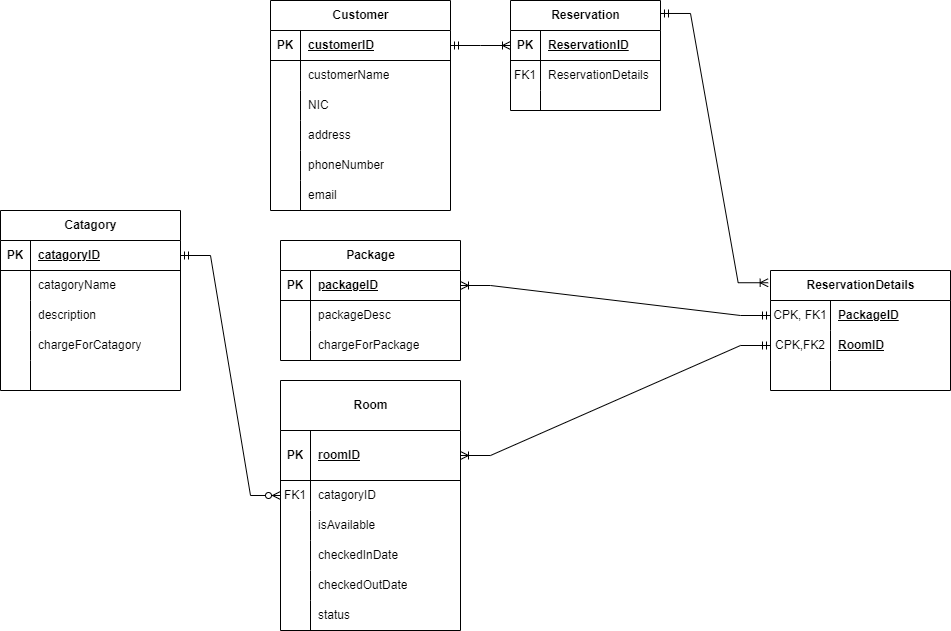
ViyathAraliya/CMJD105_CourseWork02_ViyathAraliya keeps this draw.io diagram as relationalDataModel.png. Above is the earlier version. Source tidied: cells renumbered, new cells last; positions are measured from the earlier drawing's top-left corner, leaving out a move shared by most shapes.
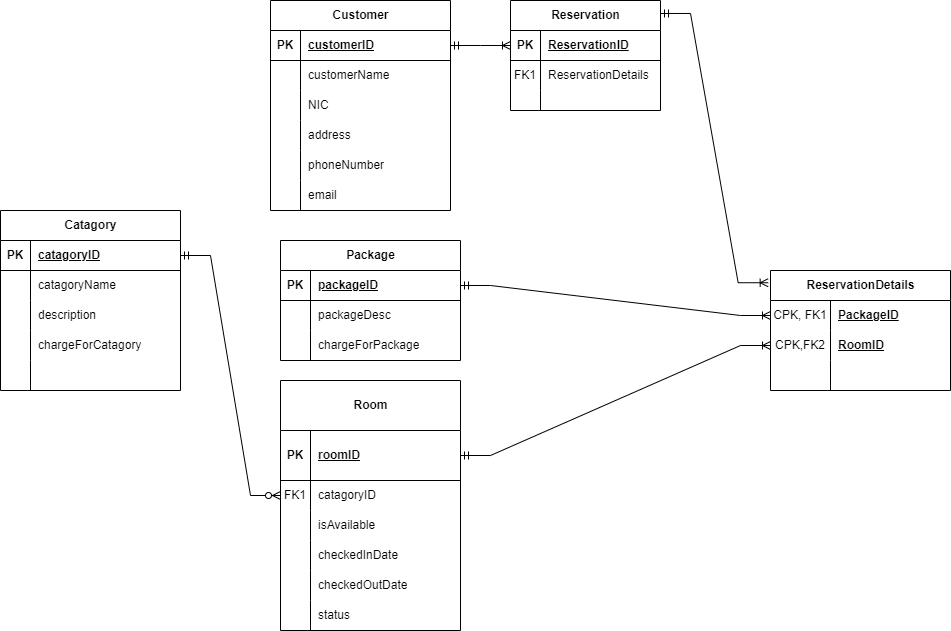
After the change.

Commit message:
corrected relational data model

Diff of the diagram source:
```diff
@@ -263,10 +263,10 @@
     <mxCell id="88" style="edgeStyle=entityRelationEdgeStyle;fontSize=12;html=1;endArrow=ERoneToMany;startArrow=ERmandOne;rounded=0;exitX=1;exitY=0.118;exitDx=0;exitDy=0;exitPerimeter=0;entryX=-0.013;entryY=0.102;entryDx=0;entryDy=0;entryPerimeter=0;" parent="1" edge="1" source="2" target="58">
       <mxGeometry relative="1" as="geometry" />
     </mxCell>
-    <mxCell id="89" style="edgeStyle=entityRelationEdgeStyle;fontSize=12;html=1;endArrow=ERoneToMany;startArrow=ERmandOne;rounded=0;exitX=0;exitY=0.5;exitDx=0;exitDy=0;entryX=1;entryY=0.5;entryDx=0;entryDy=0;" parent="1" edge="1" source="59" target="48">
+    <mxCell id="89" style="edgeStyle=entityRelationEdgeStyle;fontSize=12;html=1;endArrow=ERoneToMany;startArrow=ERmandOne;rounded=0;exitX=1;exitY=0.5;exitDx=0;exitDy=0;entryX=0;entryY=0.5;entryDx=0;entryDy=0;" parent="1" edge="1" source="48" target="59">
       <mxGeometry relative="1" as="geometry" />
     </mxCell>
-    <mxCell id="90" style="edgeStyle=entityRelationEdgeStyle;fontSize=12;html=1;endArrow=ERoneToMany;startArrow=ERmandOne;rounded=0;exitX=0;exitY=0.5;exitDx=0;exitDy=0;entryX=1;entryY=0.5;entryDx=0;entryDy=0;" parent="1" edge="1" source="62" target="69">
+    <mxCell id="90" style="edgeStyle=entityRelationEdgeStyle;fontSize=12;html=1;endArrow=ERoneToMany;startArrow=ERmandOne;rounded=0;entryX=0;entryY=0.5;entryDx=0;entryDy=0;exitX=1;exitY=0.5;exitDx=0;exitDy=0;" parent="1" edge="1" source="69" target="62">
       <mxGeometry relative="1" as="geometry" />
     </mxCell>
   </root>
```
